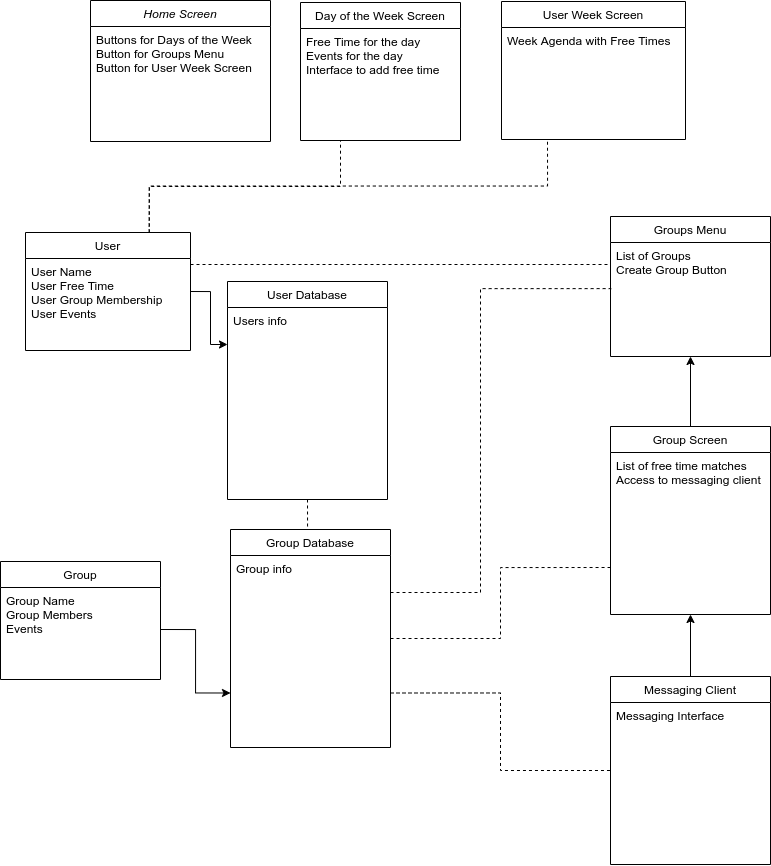
calvin-cs262-fall2020-teamD/freetime-project keeps this draw.io diagram as FreeTime_UML.png. Above is the earlier version. Source tidied: cells renumbered, new cells last; positions are measured from the earlier drawing's top-left corner, leaving out a move shared by most shapes.
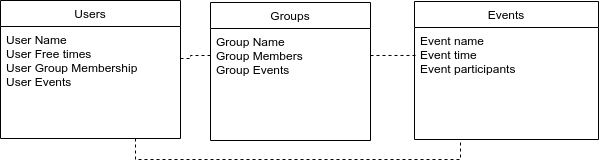
After the commit.

Commit message:
Fixes Domain Diagram

Change to the diagram source:
```diff
@@ -2,112 +2,37 @@
   <root>
     <mxCell id="0" />
     <mxCell id="1" parent="0" />
-    <mxCell id="2" value="Day of the Week Screen" style="swimlane;fontStyle=0;align=center;verticalAlign=top;horizontal=1;startSize=26;rounded=0;shadow=0;strokeWidth=1;" parent="1" vertex="1">
+    <mxCell id="2" value="Groups" style="swimlane;fontStyle=0;align=center;verticalAlign=top;horizontal=1;startSize=26;rounded=0;shadow=0;strokeWidth=1;" parent="1" vertex="1">
       <mxGeometry x="300" y="2" width="160" height="138" as="geometry" />
     </mxCell>
-    <mxCell id="3" value="Free Time for the day&#10;Events for the day&#10;Interface to add free time" style="text;align=left;verticalAlign=top;spacingLeft=4;spacingRight=4;overflow=hidden;points=[[0,0.5],[1,0.5]];portConstraint=eastwest;" parent="2" vertex="1">
+    <mxCell id="3" value="Group Name&#10;Group Members&#10;Group Events" style="text;align=left;verticalAlign=top;spacingLeft=4;spacingRight=4;overflow=hidden;points=[[0,0.5],[1,0.5]];portConstraint=eastwest;" parent="2" vertex="1">
       <mxGeometry y="26" width="160" height="54" as="geometry" />
     </mxCell>
-    <mxCell id="4" value="User Week Screen" style="swimlane;fontStyle=0;align=center;verticalAlign=top;horizontal=1;startSize=26;rounded=0;shadow=0;strokeWidth=1;" parent="1" vertex="1">
-      <mxGeometry x="501" y="1" width="184" height="138" as="geometry" />
+    <mxCell id="4" value="Events" style="swimlane;fontStyle=0;align=center;verticalAlign=top;horizontal=1;startSize=26;rounded=0;shadow=0;strokeWidth=1;" parent="1" vertex="1">
+      <mxGeometry x="504" y="1" width="184" height="138" as="geometry" />
     </mxCell>
-    <mxCell id="5" value="Week Agenda with Free Times" style="text;align=left;verticalAlign=top;spacingLeft=4;spacingRight=4;overflow=hidden;points=[[0,0.5],[1,0.5]];portConstraint=eastwest;rounded=0;shadow=0;html=0;" parent="4" vertex="1">
-      <mxGeometry y="26" width="184" height="26" as="geometry" />
+    <mxCell id="5" value="Event name&#10;Event time&#10;Event participants" style="text;align=left;verticalAlign=top;spacingLeft=4;spacingRight=4;overflow=hidden;points=[[0,0.5],[1,0.5]];portConstraint=eastwest;rounded=0;shadow=0;html=0;" parent="4" vertex="1">
+      <mxGeometry y="26" width="184" height="74" as="geometry" />
     </mxCell>
     <mxCell id="6" style="edgeStyle=orthogonalEdgeStyle;rounded=0;jettySize=auto;html=1;exitX=0;exitY=0.5;exitDx=0;exitDy=0;entryX=1;entryY=0.75;entryDx=0;entryDy=0;strokeColor=none;jumpStyle=gap;" parent="1" edge="1" target="2">
       <mxGeometry relative="1" as="geometry">
         <mxPoint x="501" y="74" as="sourcePoint" />
       </mxGeometry>
     </mxCell>
-    <mxCell id="7" style="edgeStyle=orthogonalEdgeStyle;rounded=0;jettySize=auto;html=1;exitX=0.5;exitY=0;exitDx=0;exitDy=0;entryX=0.5;entryY=1;entryDx=0;entryDy=0;" parent="1" edge="1" source="12" target="8">
-      <mxGeometry relative="1" as="geometry" />
-    </mxCell>
-    <mxCell id="8" value="Groups Menu" style="swimlane;fontStyle=0;align=center;verticalAlign=top;horizontal=1;startSize=26;rounded=0;shadow=0;strokeWidth=1;" parent="1" vertex="1">
-      <mxGeometry x="610" y="216" width="160" height="140" as="geometry" />
-    </mxCell>
-    <mxCell id="9" value="List of Groups&#10;Create Group Button&#10;" style="text;align=left;verticalAlign=top;spacingLeft=4;spacingRight=4;overflow=hidden;points=[[0,0.5],[1,0.5]];portConstraint=eastwest;" parent="8" vertex="1">
-      <mxGeometry y="26" width="160" height="44" as="geometry" />
-    </mxCell>
+    <mxCell id="34" style="edgeStyle=orthogonalEdgeStyle;rounded=0;jettySize=auto;html=1;exitX=0.75;exitY=1;exitDx=0;exitDy=0;entryX=0.25;entryY=1;entryDx=0;entryDy=0;dashed=1;endArrow=none;endFill=0;" parent="1" edge="1" source="10" target="4">
+      <mxGeometry relative="1" as="geometry" />
+    </mxCell>
-    <mxCell id="10" value="Home Screen" style="swimlane;fontStyle=2;align=center;verticalAlign=top;horizontal=1;startSize=26;rounded=0;shadow=0;strokeWidth=1;" parent="1" vertex="1">
-      <mxGeometry x="90" width="180" height="141" as="geometry" />
+    <mxCell id="10" value="Users" style="swimlane;fontStyle=0;align=center;verticalAlign=top;horizontal=1;startSize=26;rounded=0;shadow=0;strokeWidth=1;" parent="1" vertex="1">
+      <mxGeometry x="90" width="180" height="138" as="geometry" />
     </mxCell>
-    <mxCell id="11" value="Buttons for Days of the Week&#10;Button for Groups Menu&#10;Button for User Week Screen" style="text;align=left;verticalAlign=top;spacingLeft=4;spacingRight=4;overflow=hidden;points=[[0,0.5],[1,0.5]];portConstraint=eastwest;" parent="10" vertex="1">
+    <mxCell id="11" value="User Name&#10;User Free times&#10;User Group Membership&#10;User Events" style="text;align=left;verticalAlign=top;spacingLeft=4;spacingRight=4;overflow=hidden;points=[[0,0.5],[1,0.5]];portConstraint=eastwest;" parent="10" vertex="1">
       <mxGeometry y="26" width="180" height="64" as="geometry" />
     </mxCell>
-    <mxCell id="12" value="Group Screen" style="swimlane;fontStyle=0;align=center;verticalAlign=top;horizontal=1;startSize=26;rounded=0;shadow=0;strokeWidth=1;" parent="1" vertex="1">
-      <mxGeometry x="610" y="426" width="160" height="188" as="geometry" />
-    </mxCell>
-    <mxCell id="13" value="List of free time matches&#10;Access to messaging client" style="text;align=left;verticalAlign=top;spacingLeft=4;spacingRight=4;overflow=hidden;" parent="12" vertex="1">
-      <mxGeometry y="26" width="160" height="44" as="geometry" />
-    </mxCell>
-    <mxCell id="14" value="User Database" style="swimlane;fontStyle=0;align=center;verticalAlign=top;horizontal=1;startSize=26;rounded=0;shadow=0;strokeWidth=1;" parent="1" vertex="1">
-      <mxGeometry x="227" y="281" width="160" height="218" as="geometry" />
-    </mxCell>
-    <mxCell id="15" value="Users info&#10;" style="text;align=left;verticalAlign=top;spacingLeft=4;spacingRight=4;overflow=hidden;points=[[0,0.5],[1,0.5]];portConstraint=eastwest;" parent="14" vertex="1">
-      <mxGeometry y="26" width="160" height="74" as="geometry" />
-    </mxCell>
-    <mxCell id="16" style="edgeStyle=orthogonalEdgeStyle;rounded=0;jumpStyle=gap;jettySize=auto;html=1;exitX=0.5;exitY=0;exitDx=0;exitDy=0;entryX=0.5;entryY=1;entryDx=0;entryDy=0;startArrow=none;startFill=0;endArrow=classic;endFill=1;" parent="1" edge="1" source="17" target="12">
-      <mxGeometry relative="1" as="geometry" />
-    </mxCell>
-    <mxCell id="17" value="Messaging Client" style="swimlane;fontStyle=0;align=center;verticalAlign=top;horizontal=1;startSize=26;rounded=0;shadow=0;strokeWidth=1;" parent="1" vertex="1">
-      <mxGeometry x="610" y="676" width="160" height="188" as="geometry" />
-    </mxCell>
-    <mxCell id="18" value="Messaging Interface" style="text;align=left;verticalAlign=top;spacingLeft=4;spacingRight=4;overflow=hidden;" parent="17" vertex="1">
-      <mxGeometry y="26" width="160" height="44" as="geometry" />
-    </mxCell>
-    <mxCell id="19" style="edgeStyle=orthogonalEdgeStyle;rounded=0;jettySize=auto;html=1;exitX=1;exitY=0.5;exitDx=0;exitDy=0;startArrow=none;startFill=0;endArrow=classic;endFill=1;" parent="1" edge="1" source="22" target="15">
-      <mxGeometry relative="1" as="geometry" />
-    </mxCell>
-    <mxCell id="20" style="edgeStyle=orthogonalEdgeStyle;rounded=0;jettySize=auto;html=1;exitX=0.75;exitY=0;exitDx=0;exitDy=0;entryX=0.25;entryY=1;entryDx=0;entryDy=0;dashed=1;startArrow=none;startFill=0;endArrow=none;endFill=0;" parent="1" edge="1" source="22" target="2">
-      <mxGeometry relative="1" as="geometry" />
-    </mxCell>
-    <mxCell id="21" style="edgeStyle=orthogonalEdgeStyle;rounded=0;jettySize=auto;html=1;exitX=0.75;exitY=0;exitDx=0;exitDy=0;entryX=0.25;entryY=1;entryDx=0;entryDy=0;dashed=1;startArrow=none;startFill=0;endArrow=none;endFill=0;" parent="1" edge="1" source="22" target="4">
-      <mxGeometry relative="1" as="geometry" />
-    </mxCell>
-    <mxCell id="22" value="User" style="swimlane;fontStyle=0;align=center;verticalAlign=top;horizontal=1;startSize=26;rounded=0;shadow=0;strokeWidth=1;" parent="1" vertex="1">
-      <mxGeometry x="25" y="232" width="165" height="118" as="geometry" />
-    </mxCell>
-    <mxCell id="23" value="User Name&#10;User Free Time&#10;User Group Membership&#10;User Events" style="text;align=left;verticalAlign=top;spacingLeft=4;spacingRight=4;overflow=hidden;points=[[0,0.5],[1,0.5]];portConstraint=eastwest;" parent="22" vertex="1">
-      <mxGeometry y="26" width="165" height="84" as="geometry" />
-    </mxCell>
-    <mxCell id="24" value="Group" style="swimlane;fontStyle=0;align=center;verticalAlign=top;horizontal=1;startSize=26;rounded=0;shadow=0;strokeWidth=1;" parent="1" vertex="1">
-      <mxGeometry y="561" width="160" height="118" as="geometry" />
-    </mxCell>
-    <mxCell id="25" value="Group Name&#10;Group Members&#10;Events" style="text;align=left;verticalAlign=top;spacingLeft=4;spacingRight=4;overflow=hidden;points=[[0,0.5],[1,0.5]];portConstraint=eastwest;" parent="24" vertex="1">
-      <mxGeometry y="26" width="160" height="84" as="geometry" />
-    </mxCell>
-    <mxCell id="26" style="edgeStyle=orthogonalEdgeStyle;rounded=0;jettySize=auto;html=1;exitX=0.5;exitY=0;exitDx=0;exitDy=0;entryX=0.5;entryY=1;entryDx=0;entryDy=0;startArrow=none;startFill=0;endArrow=none;endFill=0;dashed=1;" parent="1" edge="1" source="29" target="14">
-      <mxGeometry relative="1" as="geometry" />
-    </mxCell>
-    <mxCell id="27" style="edgeStyle=orthogonalEdgeStyle;rounded=0;jettySize=auto;html=1;exitX=1;exitY=0.5;exitDx=0;exitDy=0;entryX=0;entryY=0.75;entryDx=0;entryDy=0;dashed=1;startArrow=none;startFill=0;endArrow=none;endFill=0;" parent="1" edge="1" source="29" target="12">
-      <mxGeometry relative="1" as="geometry" />
-    </mxCell>
-    <mxCell id="28" style="edgeStyle=orthogonalEdgeStyle;rounded=0;jettySize=auto;html=1;exitX=1;exitY=0.75;exitDx=0;exitDy=0;entryX=0;entryY=0.5;entryDx=0;entryDy=0;dashed=1;startArrow=none;startFill=0;endArrow=none;endFill=0;" parent="1" edge="1" source="29" target="17">
-      <mxGeometry relative="1" as="geometry" />
-    </mxCell>
-    <mxCell id="29" value="Group Database" style="swimlane;fontStyle=0;align=center;verticalAlign=top;horizontal=1;startSize=26;rounded=0;shadow=0;strokeWidth=1;" parent="1" vertex="1">
-      <mxGeometry x="230" y="529" width="160" height="218" as="geometry" />
-    </mxCell>
-    <mxCell id="30" value="Group info" style="text;align=left;verticalAlign=top;spacingLeft=4;spacingRight=4;overflow=hidden;points=[[0,0.5],[1,0.5]];portConstraint=eastwest;" parent="29" vertex="1">
-      <mxGeometry y="26" width="160" height="74" as="geometry" />
-    </mxCell>
-    <mxCell id="31" style="edgeStyle=orthogonalEdgeStyle;rounded=0;jettySize=auto;html=1;exitX=1;exitY=0.5;exitDx=0;exitDy=0;entryX=0;entryY=0.75;entryDx=0;entryDy=0;startArrow=none;startFill=0;endArrow=classic;endFill=1;" parent="1" edge="1" source="25" target="29">
-      <mxGeometry relative="1" as="geometry" />
-    </mxCell>
-    <mxCell id="32" style="edgeStyle=orthogonalEdgeStyle;rounded=0;jettySize=auto;html=1;exitX=1;exitY=0.5;exitDx=0;exitDy=0;entryX=0.005;entryY=1.048;entryDx=0;entryDy=0;entryPerimeter=0;dashed=1;startArrow=none;startFill=0;endArrow=none;endFill=0;" parent="1" edge="1" source="30" target="9">
-      <mxGeometry relative="1" as="geometry">
-        <Array as="points">
-          <mxPoint x="480" y="592" />
-          <mxPoint x="480" y="288" />
-        </Array>
-      </mxGeometry>
-    </mxCell>
-    <mxCell id="33" style="edgeStyle=orthogonalEdgeStyle;rounded=0;jettySize=auto;html=1;exitX=1;exitY=0.5;exitDx=0;exitDy=0;entryX=0;entryY=0.5;entryDx=0;entryDy=0;dashed=1;startArrow=none;startFill=0;endArrow=none;endFill=0;" parent="1" edge="1" source="23" target="9">
-      <mxGeometry relative="1" as="geometry">
-        <Array as="points">
-          <mxPoint x="190" y="264" />
-        </Array>
-      </mxGeometry>
-    </mxCell>
+    <mxCell id="35" style="edgeStyle=orthogonalEdgeStyle;rounded=0;jettySize=auto;html=1;exitX=1;exitY=0.5;exitDx=0;exitDy=0;entryX=0.011;entryY=0.378;entryDx=0;entryDy=0;entryPerimeter=0;dashed=1;endArrow=none;endFill=0;" parent="1" edge="1" source="3" target="5">
+      <mxGeometry relative="1" as="geometry" />
+    </mxCell>
+    <mxCell id="36" style="edgeStyle=orthogonalEdgeStyle;rounded=0;jettySize=auto;html=1;entryX=1;entryY=0.5;entryDx=0;entryDy=0;dashed=1;endArrow=none;endFill=0;" parent="1" edge="1" source="3" target="11">
+      <mxGeometry relative="1" as="geometry" />
+    </mxCell>
   </root>
 </mxGraphModel>
```
